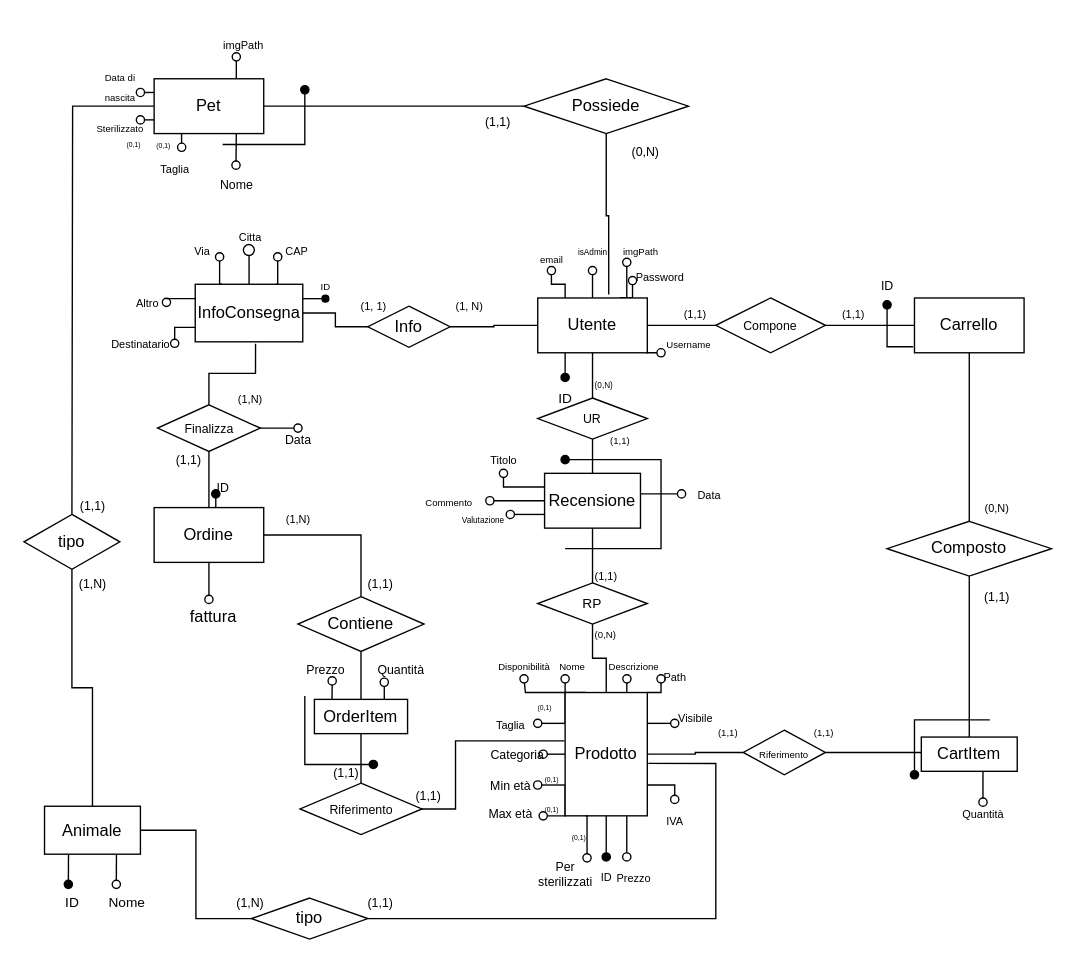
This is Documenti/DrawIo&Images/DarwinShopNormalized.drawio from NumberZeroo/TSW_Proj, a draw.io file, before an edit. Source tidied: cells renumbered, new cells numbered last; positions are measured from the earlier drawing's top-left corner, leaving out a move shared by most shapes. Both pictures are drawn from the tidied source at 137%, with x=0, y=0 at pixel (23, 23).
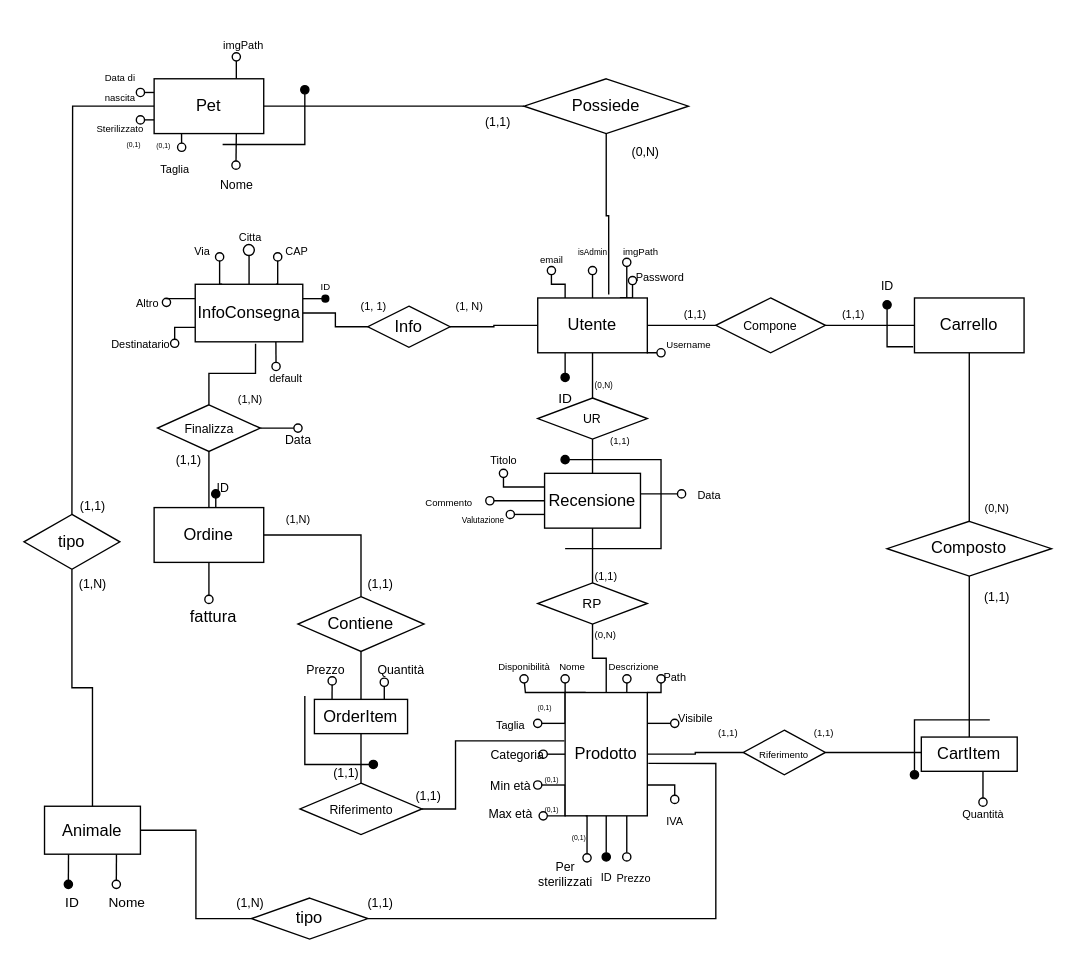
After the change.

Commit message (it also covers changes not shown here):
Aggiunto default ad infoConsegna

Unchanged cells that the change refers to:
```xml
<mxCell id="156" value="InfoConsegna" style="whiteSpace=wrap;html=1;" parent="1" vertex="1">
  <mxGeometry x="125" y="190" width="78.5" height="42" as="geometry" />
</mxCell>
```

The edit, as a diff of the source:
```diff
@@
+    <mxCell id="170" style="edgeStyle=orthogonalEdgeStyle;rounded=0;jettySize=auto;html=1;exitX=0.75;exitY=1;exitDx=0;exitDy=0;endArrow=oval;endFill=0;" parent="1" edge="1" source="156">
+      <mxGeometry relative="1" as="geometry">
+        <mxPoint x="184" y="250" as="targetPoint" />
+      </mxGeometry>
+    </mxCell>
@@
+    <mxCell id="171" value="&lt;font style=&quot;font-size: 8px;&quot;&gt;default&lt;/font&gt;" style="text;html=1;align=center;verticalAlign=middle;strokeColor=none;fillColor=none;" parent="1" vertex="1">
+      <mxGeometry x="166" y="243" width="50" height="30" as="geometry" />
+    </mxCell>
```
